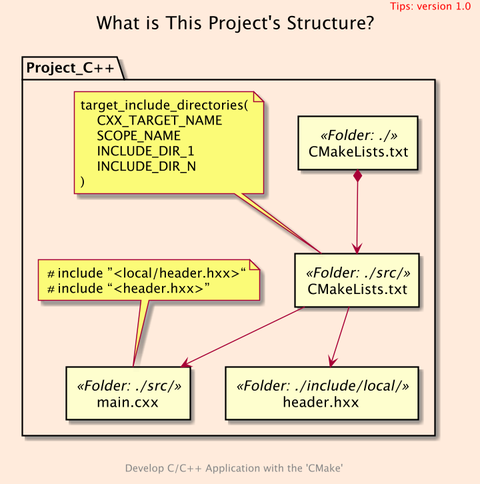
Before: docs/109/images/what.png, a diagram exported from PlantUML (cnruby/w3h1_cmake).
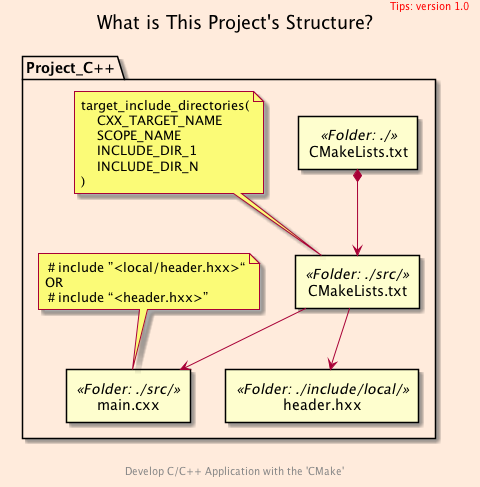
The same diagram one commit later.

Change to the diagram source:
```diff
@@ -1,7 +1,7 @@
 @startuml
 scale 700 width
 skinparam backgroundColor #FFEBDC
-scale 1.5
+scale 1
 
 package Project_C++ as project {
     rectangle header.hxx <<Folder: ./include/local/>> as header
@@ -18,6 +18,7 @@
     endnote
     note top of cxx
         ＃include ”<local/header.hxx>“
+        OR
         ＃include “<header.hxx>”
     endnote
 }
```
